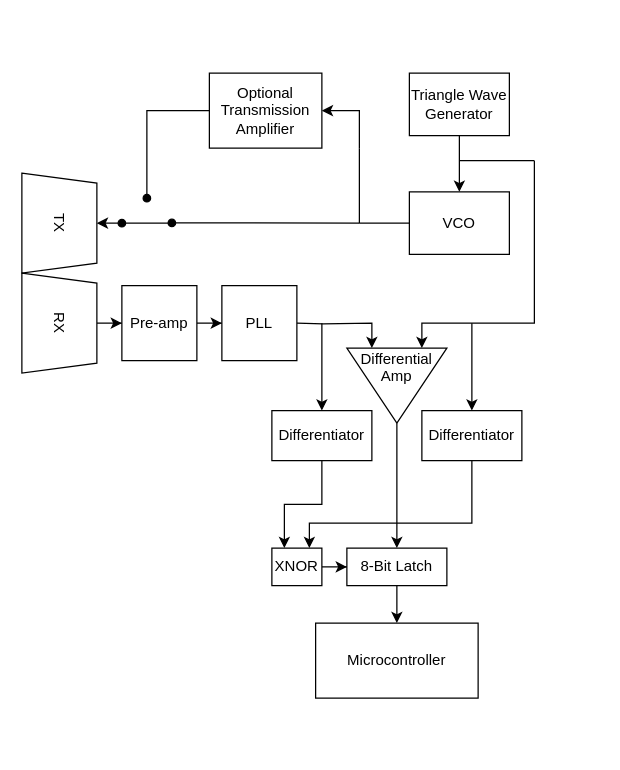
palexander23/ultrasound-radar-circuit-design keeps this draw.io diagram as BlockDiagram/SystemBlockDiagram.drawio. Above is the earlier version. Source tidied: cells renumbered, new cells numbered last; positions are measured from the earlier drawing's top-left corner, leaving out a move shared by most shapes. Both pictures are drawn from the tidied source at 125%, with x=0, y=0 at pixel (9, 72).
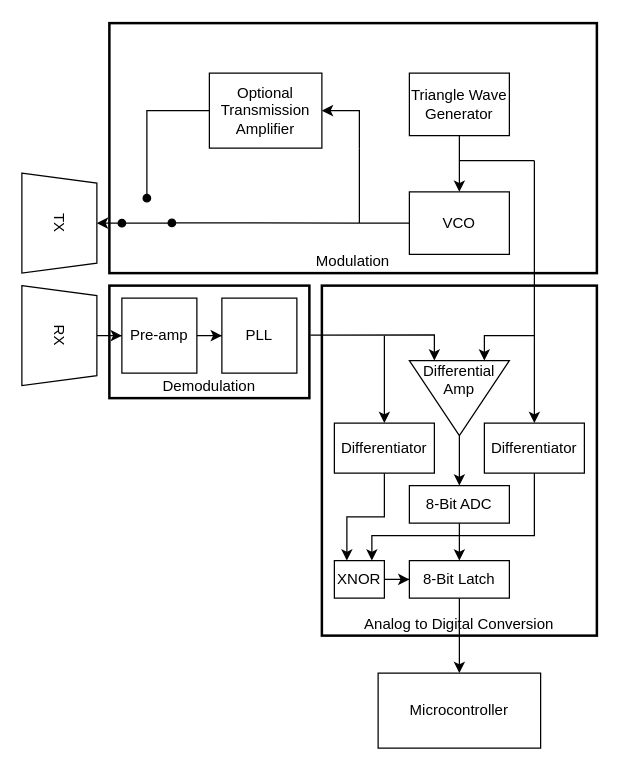
After the change.

Commit message:
Add corections to ADC circuitry and placed boxes around subsections of the system

What changed in the source:
```diff
@@
+    <mxCell id="35" value="&lt;span style=&quot;background-color: rgb(255 , 255 , 255)&quot;&gt;Analog to Digital Conversion&lt;/span&gt;" style="rounded=0;whiteSpace=wrap;html=1;glass=0;strokeWidth=2;fillColor=none;verticalAlign=bottom;" parent="1" vertex="1">
+      <mxGeometry x="250" y="170" width="220" height="280" as="geometry" />
+    </mxCell>
@@
     <mxCell id="15" value="RX&lt;br&gt;" style="shape=trapezoid;perimeter=trapezoidPerimeter;whiteSpace=wrap;html=1;rotation=90;size=0.1;" parent="1" vertex="1">
-      <mxGeometry y="170" width="80" height="60" as="geometry" />
+      <mxGeometry y="180" width="80" height="60" as="geometry" />
     </mxCell>
-    <mxCell id="16" style="edgeStyle=orthogonalEdgeStyle;rounded=0;jumpSize=0;jettySize=auto;html=1;startArrow=none;startFill=0;endArrow=classic;endFill=1;entryX=0;entryY=0.75;entryDx=0;entryDy=0;" parent="1" edge="1" target="22">
+    <mxCell id="16" style="edgeStyle=orthogonalEdgeStyle;rounded=0;jumpSize=0;jettySize=auto;html=1;startArrow=none;startFill=0;endArrow=classic;endFill=1;entryX=0;entryY=0.75;entryDx=0;entryDy=0;exitX=1.005;exitY=0.439;exitDx=0;exitDy=0;exitPerimeter=0;" parent="1" edge="1" source="38" target="22">
       <mxGeometry relative="1" as="geometry">
-        <mxPoint x="230" y="200" as="sourcePoint" />
+        <Array as="points">
+          <mxPoint x="340" y="209" />
+        </Array>
       </mxGeometry>
     </mxCell>
@@
     <mxCell id="18" value="Pre-amp" style="rounded=0;whiteSpace=wrap;html=1;" parent="1" vertex="1">
-      <mxGeometry x="90" y="170" width="60" height="60" as="geometry" />
+      <mxGeometry x="90" y="180" width="60" height="60" as="geometry" />
     </mxCell>
@@
     <mxCell id="20" style="endArrow=none;html=1;exitX=0;exitY=0.25;exitDx=0;exitDy=0;rounded=0;endFill=0;startArrow=classic;startFill=1;" parent="1" edge="1" source="22">
       <mxGeometry relative="1" as="geometry">
         <mxPoint x="420" y="70" as="targetPoint" />
         <Array as="points">
-          <mxPoint x="330" y="200" />
-          <mxPoint x="370" y="200" />
-          <mxPoint x="420" y="200" />
+          <mxPoint x="380" y="210" />
+          <mxPoint x="420" y="210" />
         </Array>
       </mxGeometry>
     </mxCell>
-    <mxCell id="21" style="edgeStyle=orthogonalEdgeStyle;rounded=0;jumpSize=0;jettySize=auto;html=1;startArrow=none;startFill=0;endArrow=classic;endFill=1;entryX=0.5;entryY=0;entryDx=0;entryDy=0;" parent="1" edge="1" source="22" target="24">
-      <mxGeometry relative="1" as="geometry" />
-    </mxCell>
+    <mxCell id="36" style="edgeStyle=orthogonalEdgeStyle;rounded=0;jumpSize=0;jettySize=auto;html=1;startArrow=none;startFill=0;endArrow=classic;endFill=1;entryX=0.5;entryY=0;entryDx=0;entryDy=0;" parent="1" edge="1" source="22" target="40">
+      <mxGeometry relative="1" as="geometry" />
+    </mxCell>
     <mxCell id="22" value="Differential Amp&lt;br&gt;&lt;br&gt;&lt;br&gt;" style="triangle;whiteSpace=wrap;html=1;rotation=90;verticalAlign=middle;horizontal=0;" parent="1" vertex="1">
-      <mxGeometry x="280" y="210" width="60" height="80" as="geometry" />
+      <mxGeometry x="330" y="220" width="60" height="80" as="geometry" />
     </mxCell>
@@
     <mxCell id="24" value="8-Bit Latch" style="rounded=0;whiteSpace=wrap;html=1;" parent="1" vertex="1">
-      <mxGeometry x="270" y="380" width="80" height="30" as="geometry" />
+      <mxGeometry x="320" y="390" width="80" height="30" as="geometry" />
     </mxCell>
     <mxCell id="25" value="PLL" style="rounded=0;whiteSpace=wrap;html=1;" parent="1" vertex="1">
-      <mxGeometry x="170" y="170" width="60" height="60" as="geometry" />
+      <mxGeometry x="170" y="180" width="60" height="60" as="geometry" />
     </mxCell>
@@
     <mxCell id="27" value="Differentiator" style="rounded=0;whiteSpace=wrap;html=1;" parent="1" vertex="1">
-      <mxGeometry x="210" y="270" width="80" height="40" as="geometry" />
+      <mxGeometry x="260" y="280" width="80" height="40" as="geometry" />
     </mxCell>
     <mxCell id="28" style="endArrow=classic;html=1;entryX=0.5;entryY=0;entryDx=0;entryDy=0;" parent="1" edge="1" target="27">
       <mxGeometry relative="1" as="geometry">
-        <mxPoint x="250" y="200" as="sourcePoint" />
+        <mxPoint x="300" y="210" as="sourcePoint" />
       </mxGeometry>
     </mxCell>
     <mxCell id="29" style="edgeStyle=orthogonalEdgeStyle;rounded=0;jumpSize=0;jettySize=auto;html=1;exitX=0.5;exitY=1;exitDx=0;exitDy=0;entryX=0.75;entryY=0;entryDx=0;entryDy=0;startArrow=none;startFill=0;endArrow=classic;endFill=1;" parent="1" edge="1" source="30" target="33">
       <mxGeometry relative="1" as="geometry">
         <Array as="points">
-          <mxPoint x="370" y="360" />
-          <mxPoint x="240" y="360" />
+          <mxPoint x="420" y="370" />
+          <mxPoint x="290" y="370" />
         </Array>
       </mxGeometry>
     </mxCell>
     <mxCell id="30" value="Differentiator" style="rounded=0;whiteSpace=wrap;html=1;" parent="1" vertex="1">
-      <mxGeometry x="330" y="270" width="80" height="40" as="geometry" />
+      <mxGeometry x="380" y="280" width="80" height="40" as="geometry" />
     </mxCell>
     <mxCell id="31" style="endArrow=classic;html=1;entryX=0.5;entryY=0;entryDx=0;entryDy=0;" parent="1" edge="1" target="30">
       <mxGeometry relative="1" as="geometry">
-        <mxPoint x="370" y="200" as="sourcePoint" />
+        <mxPoint x="420" y="210" as="sourcePoint" />
       </mxGeometry>
     </mxCell>
@@
     <mxCell id="33" value="XNOR" style="rounded=0;whiteSpace=wrap;html=1;" parent="1" vertex="1">
-      <mxGeometry x="210" y="380" width="40" height="30" as="geometry" />
+      <mxGeometry x="260" y="390" width="40" height="30" as="geometry" />
     </mxCell>
     <mxCell id="34" value="Microcontroller" style="rounded=0;whiteSpace=wrap;html=1;" parent="1" vertex="1">
-      <mxGeometry x="245" y="440" width="130" height="60" as="geometry" />
+      <mxGeometry x="295" y="480" width="130" height="60" as="geometry" />
     </mxCell>
+    <mxCell id="37" value="Modulation" style="rounded=0;whiteSpace=wrap;html=1;glass=0;fillColor=none;strokeWidth=2;verticalAlign=bottom;" parent="1" vertex="1">
+      <mxGeometry x="80" y="-40" width="390" height="200" as="geometry" />
+    </mxCell>
+    <mxCell id="38" value="Demodulation" style="rounded=0;whiteSpace=wrap;html=1;glass=0;fillColor=none;strokeWidth=2;verticalAlign=bottom;" parent="1" vertex="1">
+      <mxGeometry x="80" y="170" width="160" height="90" as="geometry" />
+    </mxCell>
+    <mxCell id="39" style="edgeStyle=orthogonalEdgeStyle;rounded=0;jumpSize=0;jettySize=auto;html=1;startArrow=none;startFill=0;endArrow=classic;endFill=1;" parent="1" edge="1" source="40">
+      <mxGeometry relative="1" as="geometry">
+        <mxPoint x="360" y="390" as="targetPoint" />
+      </mxGeometry>
+    </mxCell>
+    <mxCell id="40" value="8-Bit ADC" style="rounded=0;whiteSpace=wrap;html=1;" parent="1" vertex="1">
+      <mxGeometry x="320" y="330" width="80" height="30" as="geometry" />
+    </mxCell>
```
